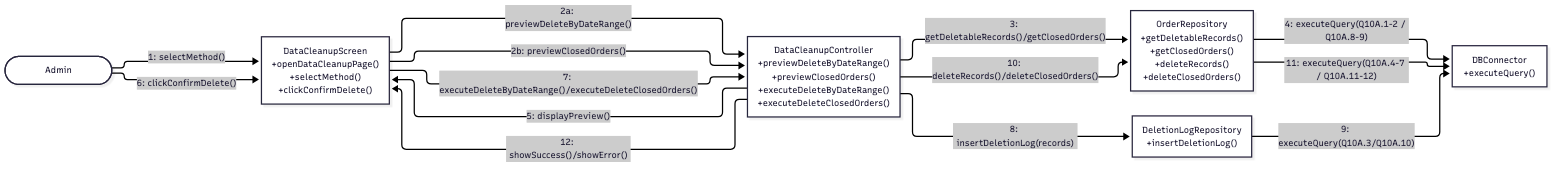
xbpkdi/321-sa-proj keeps this Mermaid diagram as 03-chapter2-use-case-descriptions/diagrams/png/10A-collaboration.png. Above is the earlier version. Its source is kept beside it as 03-chapter2-use-case-descriptions/diagrams/mmd/10A-collaboration.mmd. The source it was exported from:
```mermaid
%%{init: {'flowchart': {'nodeSpacing': 50, 'rankSpacing': 90, 'curve': 'linear'}}}%%
graph LR
    Admin(["Admin"])
    Screen["DataCleanupScreen<br/>+openDataCleanupPage()<br/>+selectMethod()<br/>+clickConfirmDelete()"]
    DCC["DataCleanupController<br/>+previewDeleteByDateRange()<br/>+previewClosedOrders()<br/>+executeDeleteByDateRange()<br/>+executeDeleteClosedOrders()"]
    OrderRepo["OrderRepository<br/>+getDeletableRecords()<br/>+getClosedOrders()<br/>+deleteRecords()<br/>+deleteClosedOrders()"]
    LogRepo["DeletionLogRepository<br/>+insertDeletionLog()"]
    DB["DBConnector<br/>+executeQuery()"]

    Admin -->|"1: selectMethod()"| Screen
    Screen -->|"2a: previewDeleteByDateRange()"| DCC
    Screen -->|"2b: previewClosedOrders()"| DCC
    DCC -->|"3: getDeletableRecords()/getClosedOrders()"| OrderRepo
    OrderRepo -->|"4: executeQuery(Q10A.1-2 / Q10A.8-9)"| DB
    DCC -->|"5: displayPreview()"| Screen
    Admin -->|"6: clickConfirmDelete()"| Screen
    Screen -->|"7: executeDeleteByDateRange()/executeDeleteClosedOrders()"| DCC
    DCC -->|"8: insertDeletionLog(records)"| LogRepo
    LogRepo -->|"9: executeQuery(Q10A.3/Q10A.10)"| DB
    DCC -->|"10: deleteRecords()/deleteClosedOrders()"| OrderRepo
    OrderRepo -->|"11: executeQuery(Q10A.4-7 / Q10A.11-12)"| DB
    DCC -->|"12: showSuccess()/showError()"| Screen
```
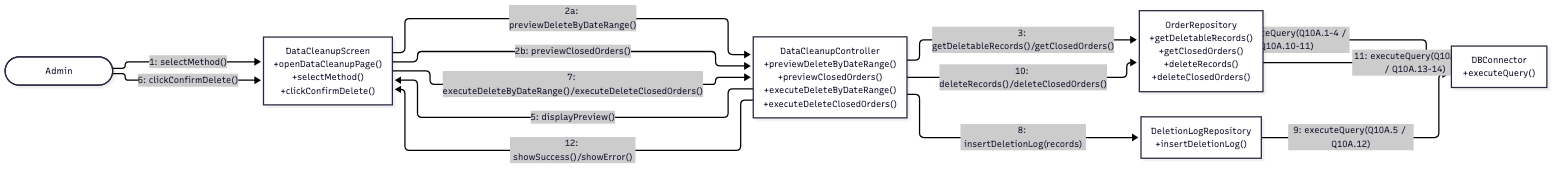
The same file after the commit.

Diff of the diagram source:
```diff
@@ -11,12 +11,12 @@
     Screen -->|"2a: previewDeleteByDateRange()"| DCC
     Screen -->|"2b: previewClosedOrders()"| DCC
     DCC -->|"3: getDeletableRecords()/getClosedOrders()"| OrderRepo
-    OrderRepo -->|"4: executeQuery(Q10A.1-2 / Q10A.8-9)"| DB
+    OrderRepo -->|"4: executeQuery(Q10A.1-4 / Q10A.10-11)"| DB
     DCC -->|"5: displayPreview()"| Screen
     Admin -->|"6: clickConfirmDelete()"| Screen
     Screen -->|"7: executeDeleteByDateRange()/executeDeleteClosedOrders()"| DCC
     DCC -->|"8: insertDeletionLog(records)"| LogRepo
-    LogRepo -->|"9: executeQuery(Q10A.3/Q10A.10)"| DB
+    LogRepo -->|"9: executeQuery(Q10A.5 / Q10A.12)"| DB
     DCC -->|"10: deleteRecords()/deleteClosedOrders()"| OrderRepo
-    OrderRepo -->|"11: executeQuery(Q10A.4-7 / Q10A.11-12)"| DB
+    OrderRepo -->|"11: executeQuery(Q10A.6-9 / Q10A.13-14)"| DB
     DCC -->|"12: showSuccess()/showError()"| Screen
```
